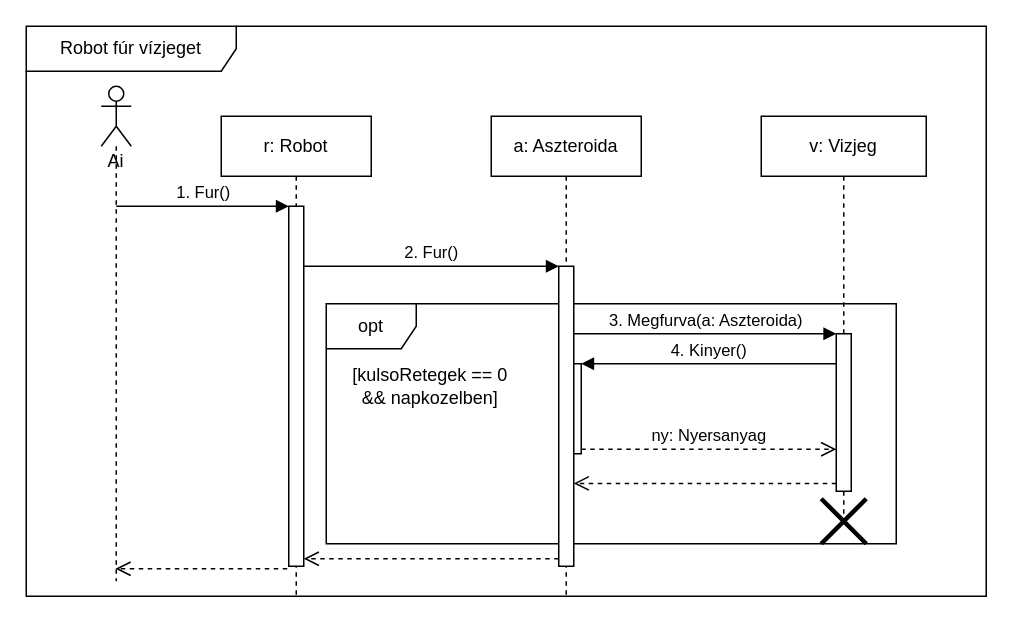
Earlier version of the draw.io diagram page "vizjeg" (2 of 5) of doc/szekvencia/szek_RobotFur.drawio (torpeBoiGo/aszteroidabanyaszat). Source tidied: cells renumbered, new cells numbered last; positions are measured from the earlier drawing's top-left corner, leaving out a move shared by most shapes. Both pictures are drawn from the tidied source at 150%, with x=0, y=0 at pixel (26, 26).
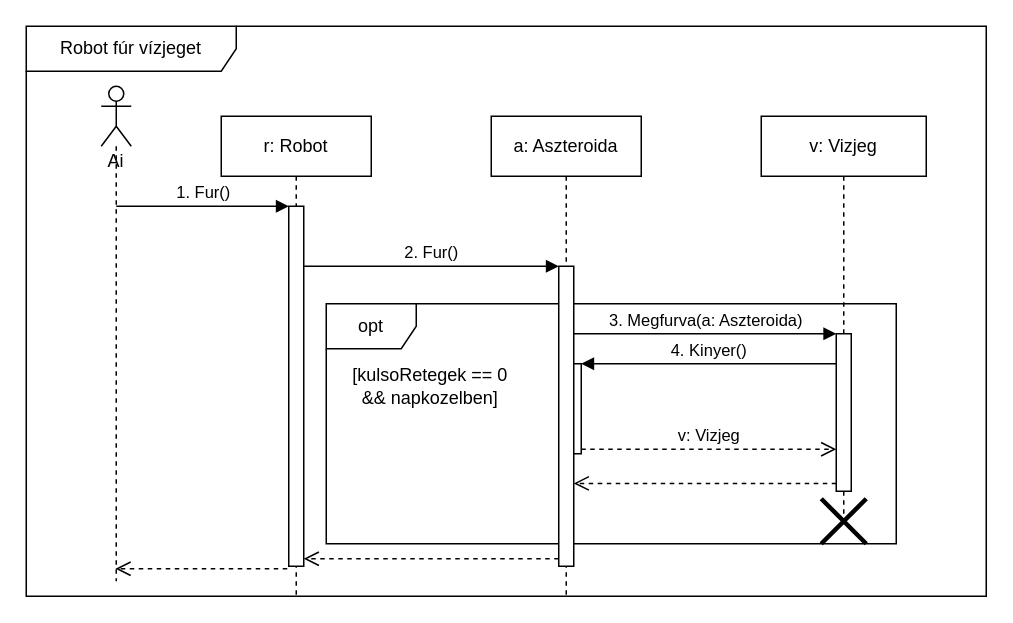
The same page after the edit.

The change refers to these unchanged cells:
```xml
<mxCell id="6" style="html=1;points=[];perimeter=orthogonalPerimeter;" parent="3" vertex="1">
  <mxGeometry x="160" y="40" width="10" height="60" as="geometry" />
</mxCell>
<mxCell id="15" style="html=1;points=[];perimeter=orthogonalPerimeter;" parent="14" vertex="1">
  <mxGeometry x="50" y="145" width="10" height="105" as="geometry" />
</mxCell>
```

What changed in the source:
```diff
@@
-    <mxCell id="22" value="ny: Nyersanyag" style="html=1;verticalAlign=bottom;endArrow=open;dashed=1;endSize=8;exitX=1;exitY=0.95;" parent="1" edge="1" source="6" target="15">
+    <mxCell id="22" value="v: Vizjeg" style="html=1;verticalAlign=bottom;endArrow=open;dashed=1;endSize=8;exitX=1;exitY=0.95;" parent="1" edge="1" source="6" target="15">
       <mxGeometry relative="1" as="geometry" />
     </mxCell>
```
